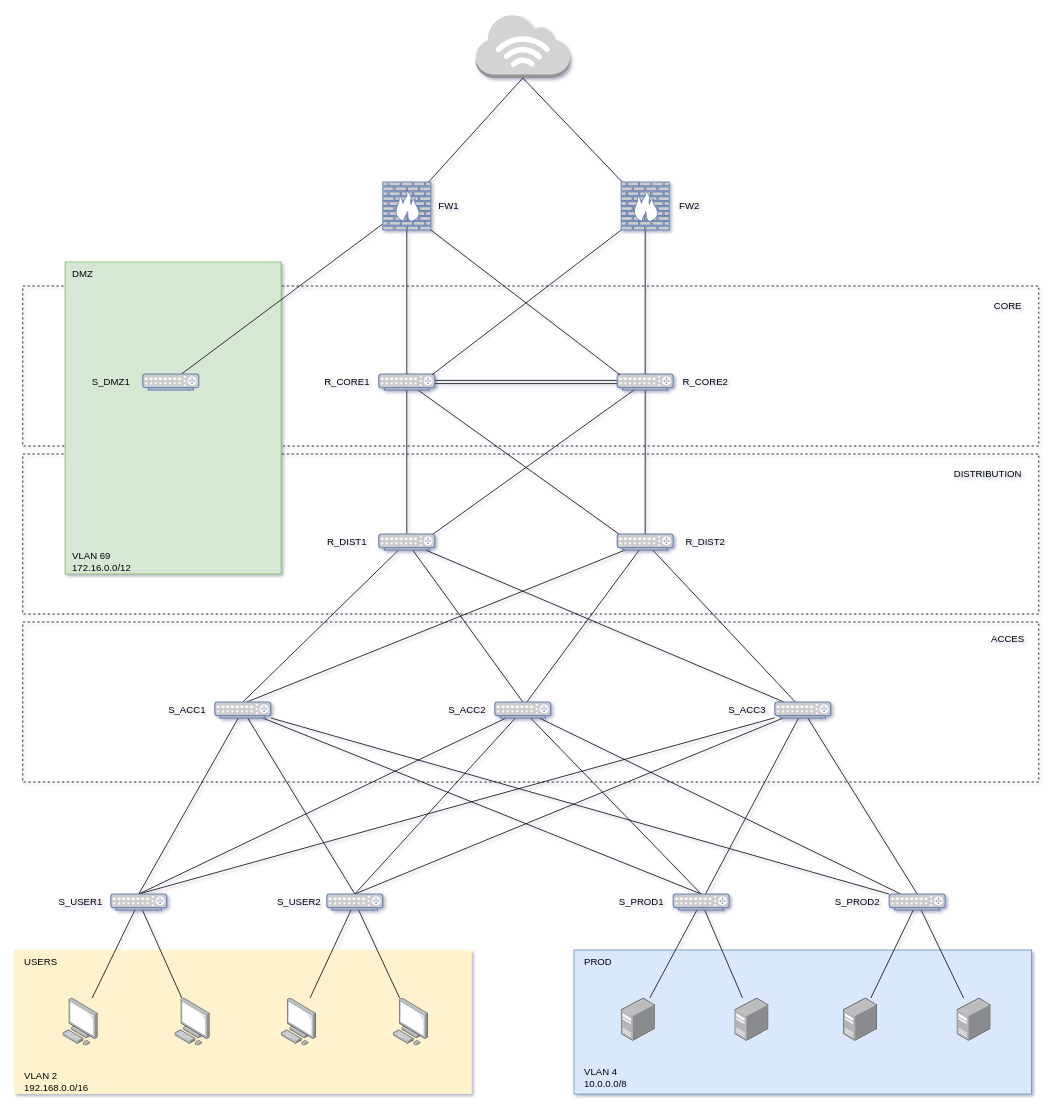
This is Diagramme sans nom.drawio from a0six/projetb3, a draw.io file, before an edit. Source tidied: cells renumbered, new cells numbered last; positions are measured from the earlier drawing's top-left corner, leaving out a move shared by most shapes. Both pictures are drawn from the tidied source at 80%, with x=0, y=0 at pixel (14, 14).
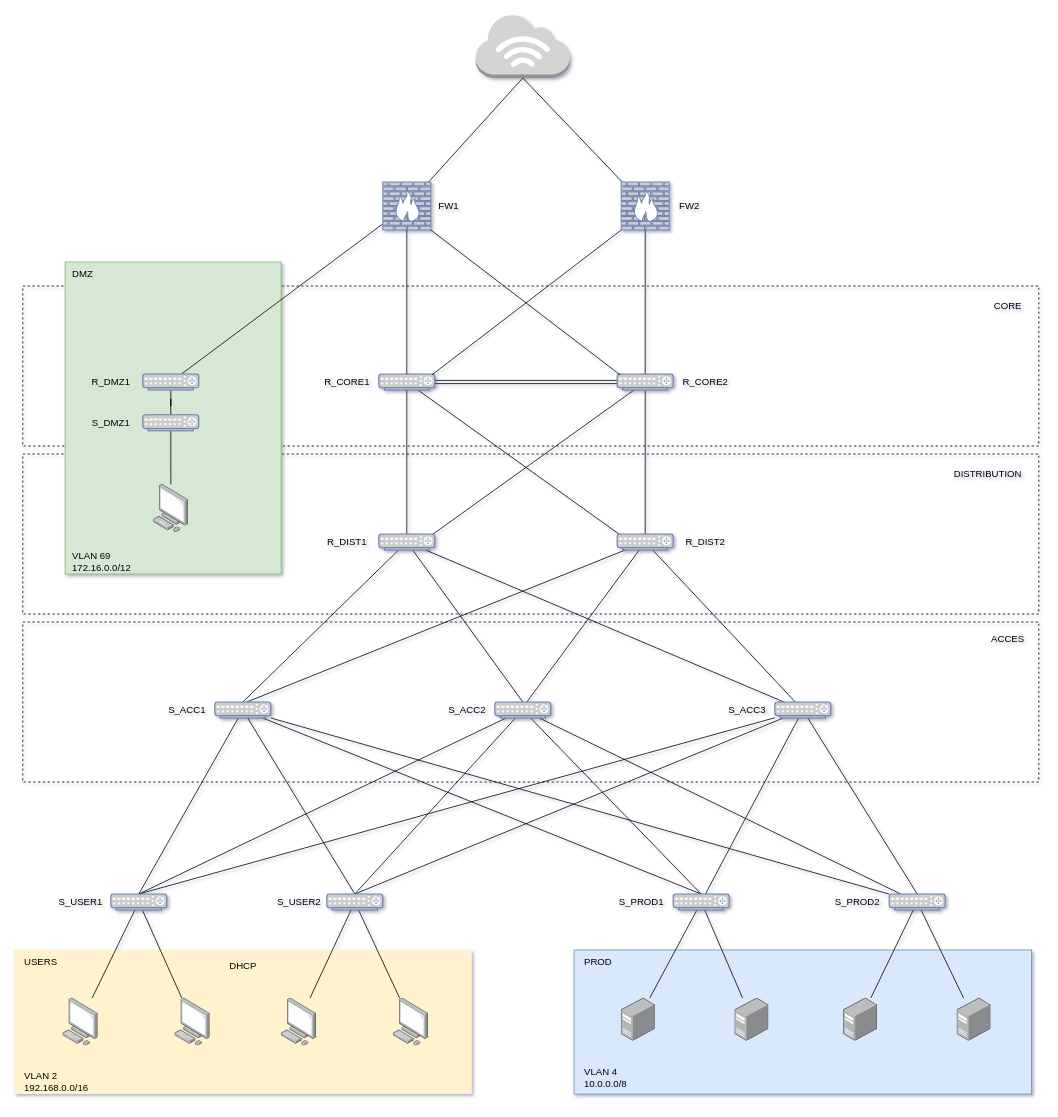
The same diagram, later.

Unchanged cells that the change refers to:
```xml
<mxCell id="23" style="fontColor=#0066CC;verticalAlign=top;verticalLabelPosition=bottom;labelPosition=center;align=center;html=1;outlineConnect=0;fillColor=#CCCCCC;strokeColor=#6881B3;gradientColor=none;gradientDirection=north;strokeWidth=2;shape=mxgraph.networks.router;" parent="1" vertex="1">
  <mxGeometry x="161" y="450" width="70" height="20" as="geometry" />
</mxCell>
```

Change to the diagram source:
```diff
@@
+    <mxCell id="92" style="edgeStyle=orthogonalEdgeStyle;rounded=0;jettySize=auto;html=1;entryX=0.5;entryY=0;entryDx=0;entryDy=0;entryPerimeter=0;endArrow=none;endFill=0;" parent="1" edge="1" source="23" target="96">
+      <mxGeometry relative="1" as="geometry" />
+    </mxCell>
@@
-    <mxCell id="87" value="S_DMZ1" style="text;html=1;align=center;verticalAlign=middle;strokeColor=none;fillColor=none;" parent="1" vertex="1">
-      <mxGeometry x="86" y="445" width="70" height="30" as="geometry" />
+    <mxCell id="87" value="R_DMZ1" style="text;html=1;align=center;verticalAlign=middle;strokeColor=none;fillColor=none;" parent="1" vertex="1">
+      <mxGeometry x="88" y="447" width="66" height="26" as="geometry" />
     </mxCell>
@@
+    <mxCell id="93" value="DHCP" style="text;html=1;align=center;verticalAlign=middle;strokeColor=none;fillColor=none;" parent="1" vertex="1">
+      <mxGeometry x="260" y="1177" width="52" height="26" as="geometry" />
+    </mxCell>
+    <mxCell id="94" value="S_DMZ1" style="text;html=1;align=center;verticalAlign=middle;strokeColor=none;fillColor=none;" parent="1" vertex="1">
+      <mxGeometry x="88.5" y="498" width="65" height="26" as="geometry" />
+    </mxCell>
+    <mxCell id="95" style="edgeStyle=orthogonalEdgeStyle;rounded=0;jettySize=auto;html=1;endArrow=none;endFill=0;" parent="1" edge="1" source="96" target="97">
+      <mxGeometry relative="1" as="geometry" />
+    </mxCell>
+    <mxCell id="96" style="fontColor=#0066CC;verticalAlign=top;verticalLabelPosition=bottom;labelPosition=center;align=center;html=1;outlineConnect=0;fillColor=#CCCCCC;strokeColor=#6881B3;gradientColor=none;gradientDirection=north;strokeWidth=2;shape=mxgraph.networks.router;" parent="1" vertex="1">
+      <mxGeometry x="161" y="501" width="70" height="20" as="geometry" />
+    </mxCell>
+    <mxCell id="97" style="image;points=[];html=1;align=center;shadow=0;dashed=0;image=img/lib/allied_telesis/computer_and_terminals/Personal_Computer.svg;" parent="1" vertex="1">
+      <mxGeometry x="173.9" y="588" width="44.3" height="60" as="geometry" />
+    </mxCell>
```
